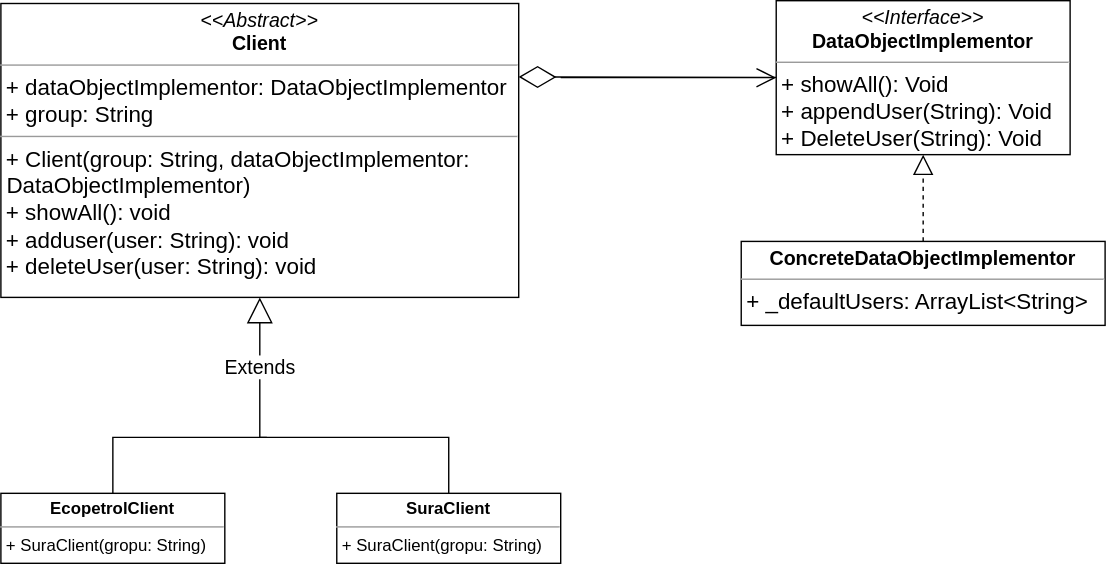
This is Bridge/BridgePattern.svg from Juansecod/patrones_software_ucc, a draw.io export, as it was before one commit. Source tidied: cells renumbered, new cells last; positions are measured from the earlier drawing's top-left corner, leaving out a move shared by most shapes. Its diagram source:
```xml
<mxGraphModel>
  <root>
    <mxCell id="0" />
    <mxCell id="1" parent="0" />
    <mxCell id="2" value="&lt;p style=&quot;margin:0px;margin-top:4px;text-align:center;&quot;&gt;&lt;font style=&quot;font-size: 14px;&quot;&gt;&lt;i&gt;&amp;lt;&amp;lt;Abstract&amp;gt;&amp;gt;&lt;/i&gt;&lt;br&gt;&lt;b&gt;Client&lt;/b&gt;&lt;/font&gt;&lt;/p&gt;&lt;hr size=&quot;1&quot;&gt;&lt;p style=&quot;margin:0px;margin-left:4px;&quot;&gt;&lt;font size=&quot;3&quot;&gt;+ dataObjectImplementor:&amp;nbsp;&lt;span style=&quot;text-align: center;&quot;&gt;DataObjectImplementor&lt;/span&gt;&lt;br&gt;+ group: String&lt;/font&gt;&lt;/p&gt;&lt;hr size=&quot;1&quot;&gt;&lt;p style=&quot;margin:0px;margin-left:4px;&quot;&gt;&lt;font size=&quot;3&quot;&gt;+ Client(group: String, dataObjectImplementor:&amp;nbsp;&lt;/font&gt;&lt;/p&gt;&lt;font size=&quot;3&quot;&gt;&lt;span style=&quot;text-align: center;&quot;&gt;&lt;span style=&quot;white-space: pre;&quot;&gt; &lt;/span&gt;DataObjectImplementor&lt;/span&gt;&lt;span style=&quot;background-color: initial;&quot;&gt;)&lt;/span&gt;&lt;span style=&quot;text-align: center;&quot;&gt;&lt;br&gt;&lt;/span&gt;&lt;/font&gt;&lt;p style=&quot;margin:0px;margin-left:4px;&quot;&gt;&lt;font size=&quot;3&quot;&gt;+ showAll(): void&lt;br&gt;+ adduser(user: String): void&lt;/font&gt;&lt;/p&gt;&lt;p style=&quot;margin:0px;margin-left:4px;&quot;&gt;&lt;font size=&quot;3&quot;&gt;+ deleteUser(user: String): void&lt;/font&gt;&lt;/p&gt;" style="verticalAlign=top;align=left;overflow=fill;fontSize=12;fontFamily=Helvetica;html=1;" parent="1" vertex="1">
      <mxGeometry y="2" width="370" height="210" as="geometry" />
    </mxCell>
    <mxCell id="3" value="&lt;p style=&quot;margin:0px;margin-top:4px;text-align:center;&quot;&gt;&lt;font style=&quot;font-size: 14px;&quot;&gt;&lt;i&gt;&amp;lt;&amp;lt;Interface&amp;gt;&amp;gt;&lt;/i&gt;&lt;br&gt;&lt;b&gt;DataObjectImplementor&lt;/b&gt;&lt;/font&gt;&lt;/p&gt;&lt;hr size=&quot;1&quot;&gt;&lt;p style=&quot;margin:0px;margin-left:4px;&quot;&gt;&lt;font size=&quot;3&quot;&gt;+ showAll(): Void&lt;br&gt;&lt;/font&gt;&lt;/p&gt;&lt;p style=&quot;margin:0px;margin-left:4px;&quot;&gt;&lt;font size=&quot;3&quot;&gt;+ appendUser(String): Void&lt;br&gt;+ DeleteUser(String): Void&lt;/font&gt;&lt;/p&gt;" style="verticalAlign=top;align=left;overflow=fill;fontSize=12;fontFamily=Helvetica;html=1;" parent="1" vertex="1">
      <mxGeometry x="554" width="210" height="110" as="geometry" />
    </mxCell>
    <mxCell id="4" value="Extends" style="endArrow=block;endSize=16;endFill=0;html=1;rounded=0;fontSize=14;entryX=0.5;entryY=1;entryDx=0;entryDy=0;" parent="1" edge="1" target="2">
      <mxGeometry relative="1" as="geometry">
        <mxPoint x="185" y="312" as="sourcePoint" />
      </mxGeometry>
    </mxCell>
    <mxCell id="5" value="&lt;p style=&quot;margin:0px;margin-top:4px;text-align:center;&quot;&gt;&lt;b&gt;SuraClient&lt;/b&gt;&lt;/p&gt;&lt;hr size=&quot;1&quot;&gt;&lt;p style=&quot;margin:0px;margin-left:4px;&quot;&gt;&lt;/p&gt;&lt;p style=&quot;margin:0px;margin-left:4px;&quot;&gt;+ SuraClient(gropu: String)&lt;/p&gt;" style="verticalAlign=top;align=left;overflow=fill;fontSize=12;fontFamily=Helvetica;html=1;" parent="1" vertex="1">
      <mxGeometry x="240" y="352" width="160" height="50" as="geometry" />
    </mxCell>
    <mxCell id="6" value="&lt;p style=&quot;margin:0px;margin-top:4px;text-align:center;&quot;&gt;&lt;b&gt;EcopetrolClient&lt;/b&gt;&lt;/p&gt;&lt;hr size=&quot;1&quot;&gt;&lt;p style=&quot;margin:0px;margin-left:4px;&quot;&gt;&lt;/p&gt;&lt;p style=&quot;margin:0px;margin-left:4px;&quot;&gt;+ SuraClient(gropu: String)&lt;/p&gt;" style="verticalAlign=top;align=left;overflow=fill;fontSize=12;fontFamily=Helvetica;html=1;" parent="1" vertex="1">
      <mxGeometry y="352" width="160" height="50" as="geometry" />
    </mxCell>
    <mxCell id="7" style="endArrow=none;html=1;rounded=0;fontSize=14;entryX=0.5;entryY=0;entryDx=0;entryDy=0;" parent="1" edge="1" target="5">
      <mxGeometry relative="1" as="geometry">
        <mxPoint x="185" y="312" as="sourcePoint" />
        <Array as="points">
          <mxPoint x="320" y="312" />
        </Array>
      </mxGeometry>
    </mxCell>
    <mxCell id="8" style="endArrow=none;html=1;rounded=0;fontSize=14;entryX=0.5;entryY=0;entryDx=0;entryDy=0;" parent="1" edge="1" target="6">
      <mxGeometry relative="1" as="geometry">
        <mxPoint x="190" y="312" as="sourcePoint" />
        <Array as="points">
          <mxPoint x="90" y="312" />
          <mxPoint x="80" y="312" />
        </Array>
      </mxGeometry>
    </mxCell>
    <mxCell id="9" style="endArrow=open;endFill=1;endSize=12;html=1;rounded=0;fontSize=14;entryX=0;entryY=0.5;entryDx=0;entryDy=0;" parent="1" edge="1" target="3">
      <mxGeometry relative="1" as="geometry">
        <mxPoint x="400" y="55" as="sourcePoint" />
      </mxGeometry>
    </mxCell>
    <mxCell id="10" style="endArrow=diamondThin;endFill=0;endSize=24;html=1;rounded=0;fontSize=14;entryX=1;entryY=0.25;entryDx=0;entryDy=0;" parent="1" edge="1" source="3" target="2">
      <mxGeometry relative="1" as="geometry" />
    </mxCell>
    <mxCell id="11" style="endArrow=block;dashed=1;endFill=0;endSize=12;html=1;rounded=0;fontSize=14;exitX=0.5;exitY=0;exitDx=0;exitDy=0;entryX=0.5;entryY=1;entryDx=0;entryDy=0;" parent="1" edge="1" source="12" target="3">
      <mxGeometry relative="1" as="geometry" />
    </mxCell>
    <mxCell id="12" value="&lt;p style=&quot;margin: 4px 0px 0px; text-align: center;&quot;&gt;&lt;font style=&quot;font-size: 14px;&quot;&gt;&lt;b&gt;ConcreteDataObjectImplementor&lt;/b&gt;&lt;/font&gt;&lt;/p&gt;&lt;hr size=&quot;1&quot;&gt;&lt;p style=&quot;margin: 0px 0px 0px 4px;&quot;&gt;&lt;font size=&quot;3&quot;&gt;+ _defaultUsers: ArrayList&amp;lt;String&amp;gt;&lt;/font&gt;&lt;/p&gt;&lt;p style=&quot;margin: 0px 0px 0px 4px;&quot;&gt;&lt;br&gt;&lt;/p&gt;" style="verticalAlign=top;align=left;overflow=fill;fontSize=12;fontFamily=Helvetica;html=1;" parent="1" vertex="1">
      <mxGeometry x="529" y="172" width="260" height="60" as="geometry" />
    </mxCell>
  </root>
</mxGraphModel>
```
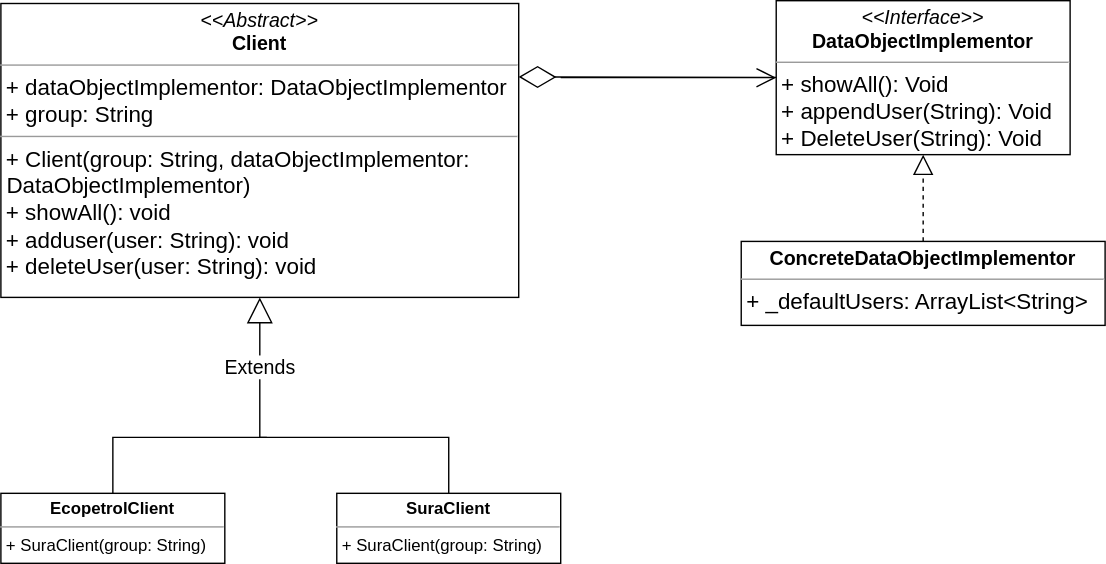
Later version of the same file.

The edit, as a diff of the source:
```diff
@@ -13,10 +13,10 @@
         <mxPoint x="185" y="312" as="sourcePoint" />
       </mxGeometry>
     </mxCell>
-    <mxCell id="5" value="&lt;p style=&quot;margin:0px;margin-top:4px;text-align:center;&quot;&gt;&lt;b&gt;SuraClient&lt;/b&gt;&lt;/p&gt;&lt;hr size=&quot;1&quot;&gt;&lt;p style=&quot;margin:0px;margin-left:4px;&quot;&gt;&lt;/p&gt;&lt;p style=&quot;margin:0px;margin-left:4px;&quot;&gt;+ SuraClient(gropu: String)&lt;/p&gt;" style="verticalAlign=top;align=left;overflow=fill;fontSize=12;fontFamily=Helvetica;html=1;" parent="1" vertex="1">
+    <mxCell id="5" value="&lt;p style=&quot;margin:0px;margin-top:4px;text-align:center;&quot;&gt;&lt;b&gt;SuraClient&lt;/b&gt;&lt;/p&gt;&lt;hr size=&quot;1&quot;&gt;&lt;p style=&quot;margin:0px;margin-left:4px;&quot;&gt;&lt;/p&gt;&lt;p style=&quot;margin:0px;margin-left:4px;&quot;&gt;+ SuraClient(group: String)&lt;/p&gt;" style="verticalAlign=top;align=left;overflow=fill;fontSize=12;fontFamily=Helvetica;html=1;" parent="1" vertex="1">
       <mxGeometry x="240" y="352" width="160" height="50" as="geometry" />
     </mxCell>
-    <mxCell id="6" value="&lt;p style=&quot;margin:0px;margin-top:4px;text-align:center;&quot;&gt;&lt;b&gt;EcopetrolClient&lt;/b&gt;&lt;/p&gt;&lt;hr size=&quot;1&quot;&gt;&lt;p style=&quot;margin:0px;margin-left:4px;&quot;&gt;&lt;/p&gt;&lt;p style=&quot;margin:0px;margin-left:4px;&quot;&gt;+ SuraClient(gropu: String)&lt;/p&gt;" style="verticalAlign=top;align=left;overflow=fill;fontSize=12;fontFamily=Helvetica;html=1;" parent="1" vertex="1">
+    <mxCell id="6" value="&lt;p style=&quot;margin:0px;margin-top:4px;text-align:center;&quot;&gt;&lt;b&gt;EcopetrolClient&lt;/b&gt;&lt;/p&gt;&lt;hr size=&quot;1&quot;&gt;&lt;p style=&quot;margin:0px;margin-left:4px;&quot;&gt;&lt;/p&gt;&lt;p style=&quot;margin:0px;margin-left:4px;&quot;&gt;+ SuraClient(group: String)&lt;/p&gt;" style="verticalAlign=top;align=left;overflow=fill;fontSize=12;fontFamily=Helvetica;html=1;" parent="1" vertex="1">
       <mxGeometry y="352" width="160" height="50" as="geometry" />
     </mxCell>
     <mxCell id="7" style="endArrow=none;html=1;rounded=0;fontSize=14;entryX=0.5;entryY=0;entryDx=0;entryDy=0;" parent="1" edge="1" target="5">
```
